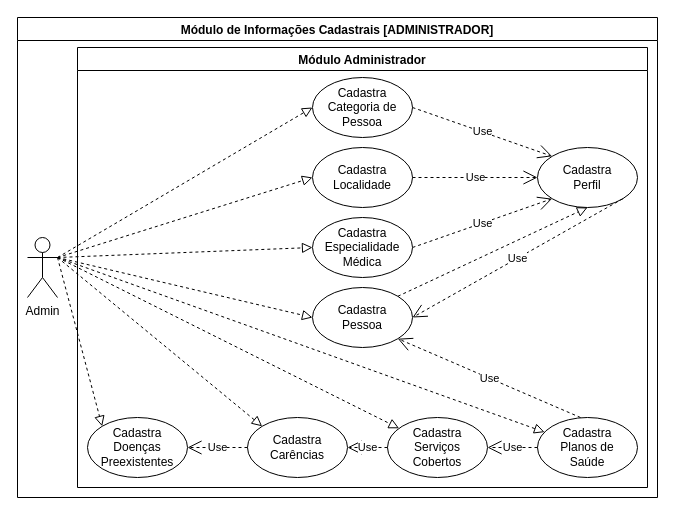
The draw.io diagram page "MIC-Admin" (1 of 2) of PUC-GISA-M1.drawio in kikoluiss/tcc-puc, before the edit. Source tidied: cells renumbered, new cells numbered last; positions are measured from the earlier drawing's top-left corner, leaving out a move shared by most shapes. Both pictures are drawn from the tidied source at 100%, with x=0, y=0 at pixel (17, 17).
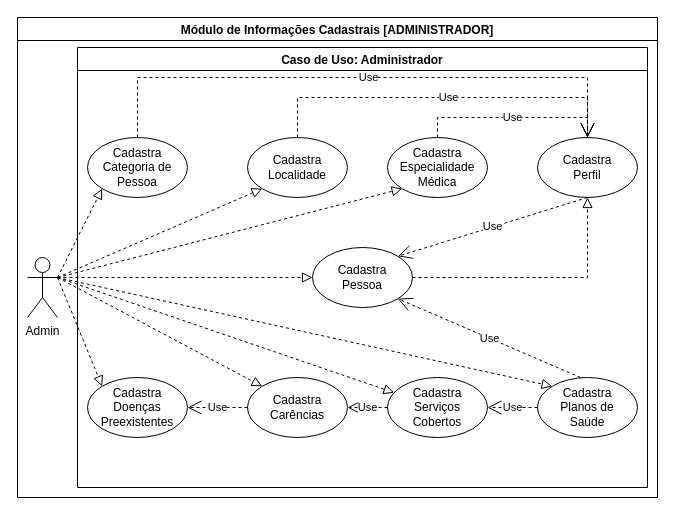
Above is the later version.

Unchanged cells that the change refers to:
```xml
<mxCell id="2" value="Módulo de Informações Cadastrais [ADMINISTRADOR]" style="swimlane;" parent="1" vertex="1">
  <mxGeometry width="640" height="480" as="geometry" />
</mxCell>
```

Diff of the diagram source:
```diff
@@
     <mxCell id="3" value="Admin" style="shape=umlActor;verticalLabelPosition=bottom;verticalAlign=top;html=1;outlineConnect=0;" parent="2" vertex="1">
-      <mxGeometry x="10" y="220" width="30" height="60" as="geometry" />
+      <mxGeometry x="10" y="240" width="30" height="60" as="geometry" />
     </mxCell>
-    <mxCell id="4" value="Módulo Administrador" style="swimlane;" parent="2" vertex="1">
+    <mxCell id="4" value="Caso de Uso: Administrador" style="swimlane;" parent="2" vertex="1">
       <mxGeometry x="60" y="30" width="570" height="440" as="geometry" />
     </mxCell>
     <mxCell id="5" value="Cadastra Categoria de Pessoa" style="ellipse;whiteSpace=wrap;html=1;align=center;newEdgeStyle={&quot;edgeStyle&quot;:&quot;entityRelationEdgeStyle&quot;,&quot;startArrow&quot;:&quot;none&quot;,&quot;endArrow&quot;:&quot;none&quot;,&quot;segment&quot;:10,&quot;curved&quot;:1};" parent="4" vertex="1">
-      <mxGeometry x="235" y="30" width="100" height="60" as="geometry" />
+      <mxGeometry x="10" y="90" width="100" height="60" as="geometry" />
     </mxCell>
     <mxCell id="6" value="Cadastra&lt;br&gt;Pessoa" style="ellipse;whiteSpace=wrap;html=1;align=center;newEdgeStyle={&quot;edgeStyle&quot;:&quot;entityRelationEdgeStyle&quot;,&quot;startArrow&quot;:&quot;none&quot;,&quot;endArrow&quot;:&quot;none&quot;,&quot;segment&quot;:10,&quot;curved&quot;:1};" parent="4" vertex="1">
-      <mxGeometry x="235" y="240" width="100" height="60" as="geometry" />
+      <mxGeometry x="235" y="200" width="100" height="60" as="geometry" />
     </mxCell>
     <mxCell id="7" value="Cadastra&lt;br&gt;Perfil" style="ellipse;whiteSpace=wrap;html=1;align=center;newEdgeStyle={&quot;edgeStyle&quot;:&quot;entityRelationEdgeStyle&quot;,&quot;startArrow&quot;:&quot;none&quot;,&quot;endArrow&quot;:&quot;none&quot;,&quot;segment&quot;:10,&quot;curved&quot;:1};" parent="4" vertex="1">
-      <mxGeometry x="460" y="100" width="100" height="60" as="geometry" />
+      <mxGeometry x="460" y="90" width="100" height="60" as="geometry" />
     </mxCell>
     <mxCell id="8" value="Cadastra&lt;br&gt;Localidade" style="ellipse;whiteSpace=wrap;html=1;align=center;newEdgeStyle={&quot;edgeStyle&quot;:&quot;entityRelationEdgeStyle&quot;,&quot;startArrow&quot;:&quot;none&quot;,&quot;endArrow&quot;:&quot;none&quot;,&quot;segment&quot;:10,&quot;curved&quot;:1};" parent="4" vertex="1">
-      <mxGeometry x="235" y="100" width="100" height="60" as="geometry" />
+      <mxGeometry x="170" y="90" width="100" height="60" as="geometry" />
     </mxCell>
     <mxCell id="9" value="Cadastra&lt;br&gt;Planos de&lt;br&gt;Saúde" style="ellipse;whiteSpace=wrap;html=1;align=center;newEdgeStyle={&quot;edgeStyle&quot;:&quot;entityRelationEdgeStyle&quot;,&quot;startArrow&quot;:&quot;none&quot;,&quot;endArrow&quot;:&quot;none&quot;,&quot;segment&quot;:10,&quot;curved&quot;:1};" parent="4" vertex="1">
-      <mxGeometry x="460" y="370" width="100" height="60" as="geometry" />
+      <mxGeometry x="460" y="330" width="100" height="60" as="geometry" />
     </mxCell>
     <mxCell id="10" value="Cadastra&lt;br&gt;Serviços&lt;br&gt;Cobertos" style="ellipse;whiteSpace=wrap;html=1;align=center;newEdgeStyle={&quot;edgeStyle&quot;:&quot;entityRelationEdgeStyle&quot;,&quot;startArrow&quot;:&quot;none&quot;,&quot;endArrow&quot;:&quot;none&quot;,&quot;segment&quot;:10,&quot;curved&quot;:1};" parent="4" vertex="1">
-      <mxGeometry x="310" y="370" width="100" height="60" as="geometry" />
+      <mxGeometry x="310" y="330" width="100" height="60" as="geometry" />
     </mxCell>
     <mxCell id="11" value="Cadastra Doenças Preexistentes" style="ellipse;whiteSpace=wrap;html=1;align=center;newEdgeStyle={&quot;edgeStyle&quot;:&quot;entityRelationEdgeStyle&quot;,&quot;startArrow&quot;:&quot;none&quot;,&quot;endArrow&quot;:&quot;none&quot;,&quot;segment&quot;:10,&quot;curved&quot;:1};" parent="4" vertex="1">
-      <mxGeometry x="10" y="370" width="100" height="60" as="geometry" />
+      <mxGeometry x="10" y="330" width="100" height="60" as="geometry" />
     </mxCell>
     <mxCell id="12" value="Cadastra Carências" style="ellipse;whiteSpace=wrap;html=1;align=center;newEdgeStyle={&quot;edgeStyle&quot;:&quot;entityRelationEdgeStyle&quot;,&quot;startArrow&quot;:&quot;none&quot;,&quot;endArrow&quot;:&quot;none&quot;,&quot;segment&quot;:10,&quot;curved&quot;:1};" parent="4" vertex="1">
-      <mxGeometry x="170" y="370" width="100" height="60" as="geometry" />
+      <mxGeometry x="170" y="330" width="100" height="60" as="geometry" />
     </mxCell>
-    <mxCell id="13" value="Use" style="endArrow=open;endSize=12;dashed=1;html=1;rounded=0;exitX=1;exitY=0.5;exitDx=0;exitDy=0;entryX=0;entryY=0;entryDx=0;entryDy=0;" parent="4" edge="1" source="5" target="7">
-      <mxGeometry relative="1" as="geometry" />
+    <mxCell id="13" value="Use" style="endArrow=open;endSize=12;dashed=1;html=1;rounded=0;exitX=0.5;exitY=0;exitDx=0;exitDy=0;entryX=0.5;entryY=0;entryDx=0;entryDy=0;" parent="4" edge="1" source="5" target="7">
+      <mxGeometry x="0.02" relative="1" as="geometry">
+        <Array as="points">
+          <mxPoint x="60" y="30" />
+          <mxPoint x="510" y="30" />
+        </Array>
+      </mxGeometry>
     </mxCell>
-    <mxCell id="14" value="Use" style="endArrow=open;endSize=12;dashed=1;html=1;rounded=0;exitX=1;exitY=0.5;exitDx=0;exitDy=0;entryX=0;entryY=1;entryDx=0;entryDy=0;" parent="4" edge="1" source="17" target="7">
-      <mxGeometry relative="1" as="geometry" />
+    <mxCell id="14" value="Use" style="endArrow=open;endSize=12;dashed=1;html=1;rounded=0;exitX=0.5;exitY=0;exitDx=0;exitDy=0;entryX=0.5;entryY=0;entryDx=0;entryDy=0;" parent="4" edge="1" source="17" target="7">
+      <mxGeometry relative="1" as="geometry">
+        <Array as="points">
+          <mxPoint x="360" y="70" />
+          <mxPoint x="510" y="70" />
+        </Array>
+      </mxGeometry>
     </mxCell>
-    <mxCell id="15" value="Use" style="endArrow=open;endSize=12;dashed=1;html=1;rounded=0;entryX=1;entryY=0.5;entryDx=0;entryDy=0;startArrow=none;exitX=1;exitY=1;exitDx=0;exitDy=0;" parent="4" edge="1" source="7" target="6">
+    <mxCell id="15" value="Use" style="endArrow=open;endSize=12;dashed=1;html=1;rounded=0;startArrow=none;exitX=0.5;exitY=1;exitDx=0;exitDy=0;entryX=1;entryY=0;entryDx=0;entryDy=0;" parent="4" edge="1" source="7" target="6">
       <mxGeometry relative="1" as="geometry" />
     </mxCell>
-    <mxCell id="16" value="Use" style="endArrow=open;endSize=12;dashed=1;html=1;rounded=0;exitX=1;exitY=0.5;exitDx=0;exitDy=0;" parent="4" edge="1" source="8" target="7">
-      <mxGeometry relative="1" as="geometry" />
+    <mxCell id="16" value="Use" style="endArrow=open;endSize=12;dashed=1;html=1;rounded=0;exitX=0.5;exitY=0;exitDx=0;exitDy=0;entryX=0.5;entryY=0;entryDx=0;entryDy=0;" parent="4" edge="1" source="8" target="7">
+      <mxGeometry x="0.03" relative="1" as="geometry">
+        <Array as="points">
+          <mxPoint x="220" y="50" />
+          <mxPoint x="510" y="50" />
+        </Array>
+      </mxGeometry>
     </mxCell>
     <mxCell id="17" value="Cadastra&lt;br&gt;Especialidade&lt;br&gt;Médica" style="ellipse;whiteSpace=wrap;html=1;align=center;newEdgeStyle={&quot;edgeStyle&quot;:&quot;entityRelationEdgeStyle&quot;,&quot;startArrow&quot;:&quot;none&quot;,&quot;endArrow&quot;:&quot;none&quot;,&quot;segment&quot;:10,&quot;curved&quot;:1};" parent="4" vertex="1">
-      <mxGeometry x="235" y="170" width="100" height="60" as="geometry" />
+      <mxGeometry x="310" y="90" width="100" height="60" as="geometry" />
     </mxCell>
-    <mxCell id="18" style="endArrow=block;startArrow=none;endFill=0;startFill=0;endSize=8;html=1;verticalAlign=bottom;dashed=1;labelBackgroundColor=none;rounded=0;exitX=1;exitY=0;exitDx=0;exitDy=0;entryX=0.5;entryY=1;entryDx=0;entryDy=0;" parent="4" edge="1" source="6" target="7">
-      <mxGeometry relative="1" as="geometry" />
+    <mxCell id="18" style="endArrow=block;startArrow=none;endFill=0;startFill=0;endSize=8;html=1;verticalAlign=bottom;dashed=1;labelBackgroundColor=none;rounded=0;exitX=1;exitY=0.5;exitDx=0;exitDy=0;entryX=0.5;entryY=1;entryDx=0;entryDy=0;" parent="4" edge="1" source="6" target="7">
+      <mxGeometry relative="1" as="geometry">
+        <Array as="points">
+          <mxPoint x="510" y="230" />
+        </Array>
+      </mxGeometry>
     </mxCell>
@@
-    <mxCell id="23" style="endArrow=block;startArrow=none;endFill=0;startFill=0;endSize=8;html=1;verticalAlign=bottom;dashed=1;labelBackgroundColor=none;rounded=0;entryX=0;entryY=0.5;entryDx=0;entryDy=0;exitX=1;exitY=0.3333333333333333;exitDx=0;exitDy=0;exitPerimeter=0;" parent="2" edge="1" source="3" target="5">
+    <mxCell id="23" style="endArrow=block;startArrow=none;endFill=0;startFill=0;endSize=8;html=1;verticalAlign=bottom;dashed=1;labelBackgroundColor=none;rounded=0;entryX=0;entryY=1;entryDx=0;entryDy=0;exitX=1;exitY=0.3333333333333333;exitDx=0;exitDy=0;exitPerimeter=0;" parent="2" edge="1" source="3" target="5">
       <mxGeometry relative="1" as="geometry" />
     </mxCell>
-    <mxCell id="24" style="endArrow=block;startArrow=none;endFill=0;startFill=0;endSize=8;html=1;verticalAlign=bottom;dashed=1;labelBackgroundColor=none;rounded=0;entryX=0;entryY=0.5;entryDx=0;entryDy=0;exitX=1;exitY=0.3333333333333333;exitDx=0;exitDy=0;exitPerimeter=0;" parent="2" edge="1" source="3" target="8">
+    <mxCell id="24" style="endArrow=block;startArrow=none;endFill=0;startFill=0;endSize=8;html=1;verticalAlign=bottom;dashed=1;labelBackgroundColor=none;rounded=0;entryX=0;entryY=1;entryDx=0;entryDy=0;exitX=1;exitY=0.3333333333333333;exitDx=0;exitDy=0;exitPerimeter=0;" parent="2" edge="1" source="3" target="8">
       <mxGeometry relative="1" as="geometry" />
     </mxCell>
@@
-    <mxCell id="27" style="endArrow=block;startArrow=none;endFill=0;startFill=0;endSize=8;html=1;verticalAlign=bottom;dashed=1;labelBackgroundColor=none;rounded=0;entryX=0;entryY=0.5;entryDx=0;entryDy=0;exitX=1;exitY=0.3333333333333333;exitDx=0;exitDy=0;exitPerimeter=0;" parent="2" edge="1" source="3" target="17">
+    <mxCell id="27" style="endArrow=block;startArrow=none;endFill=0;startFill=0;endSize=8;html=1;verticalAlign=bottom;dashed=1;labelBackgroundColor=none;rounded=0;entryX=0;entryY=1;entryDx=0;entryDy=0;exitX=1;exitY=0.3333333333333333;exitDx=0;exitDy=0;exitPerimeter=0;" parent="2" edge="1" source="3" target="17">
       <mxGeometry relative="1" as="geometry" />
     </mxCell>
@@
-    <mxCell id="30" style="endArrow=block;startArrow=none;endFill=0;startFill=0;endSize=8;html=1;verticalAlign=bottom;dashed=1;labelBackgroundColor=none;rounded=0;exitX=1;exitY=0.3333333333333333;exitDx=0;exitDy=0;exitPerimeter=0;" parent="2" edge="1" source="3" target="9">
+    <mxCell id="30" style="endArrow=block;startArrow=none;endFill=0;startFill=0;endSize=8;html=1;verticalAlign=bottom;dashed=1;labelBackgroundColor=none;rounded=0;exitX=1;exitY=0.3333333333333333;exitDx=0;exitDy=0;exitPerimeter=0;entryX=0;entryY=0;entryDx=0;entryDy=0;" parent="2" edge="1" source="3" target="9">
       <mxGeometry relative="1" as="geometry" />
     </mxCell>
```
